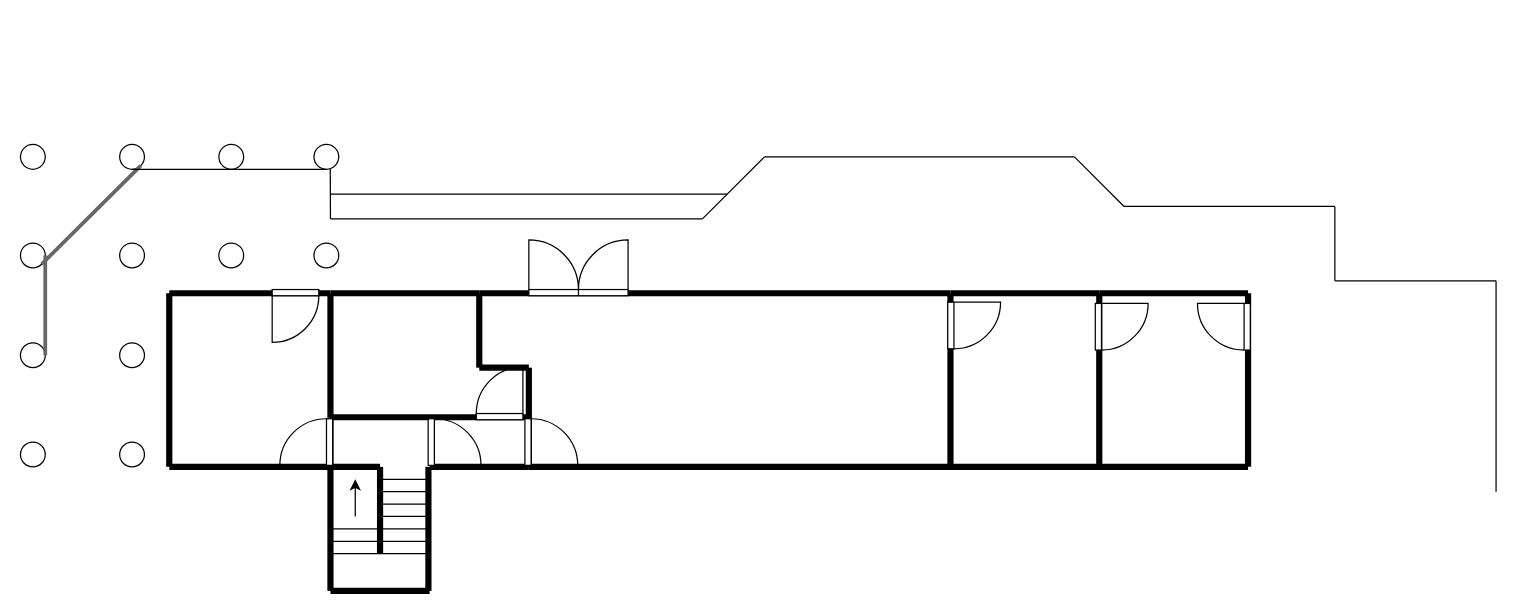
The draw.io diagram yard plan.drawio in TBurcher/Draw.io, before the edit. Source tidied: cells renumbered, new cells numbered last; positions are measured from the earlier drawing's top-left corner, leaving out a move shared by most shapes. Both pictures are drawn from the tidied source at 124%, with x=0, y=0 at pixel (20, 144).
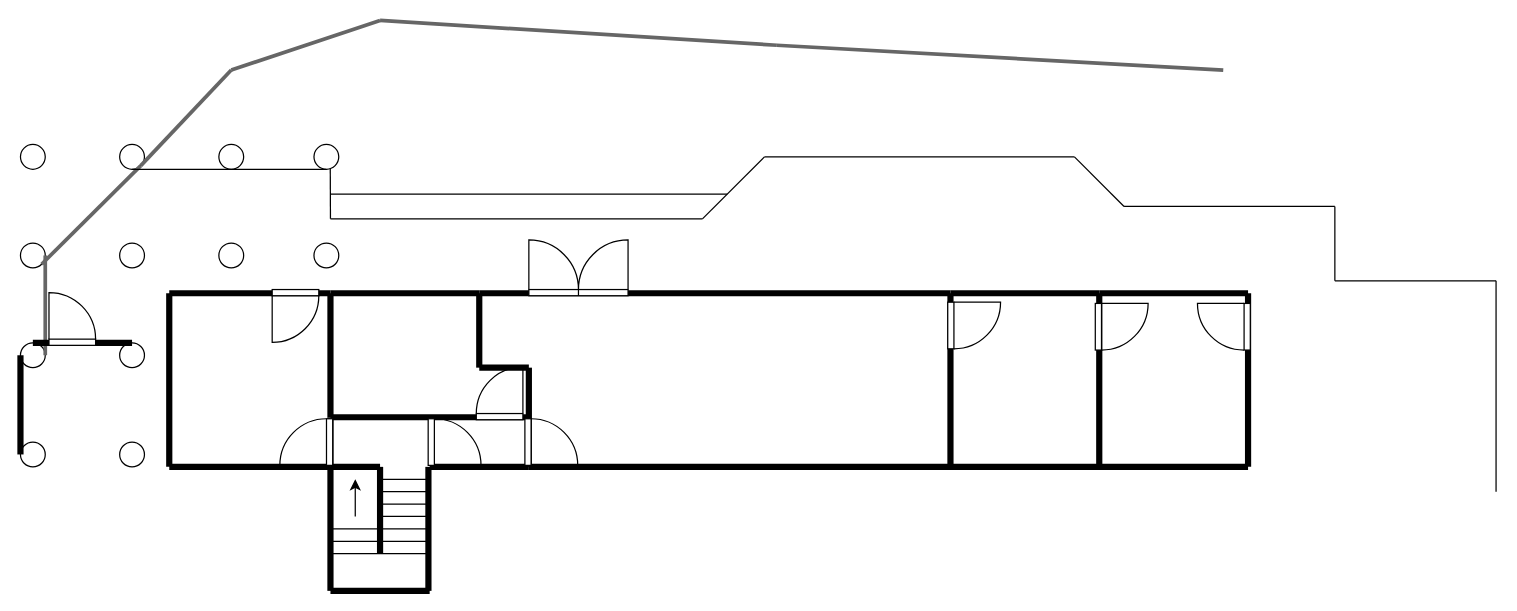
The same diagram, later.

The change refers to these unchanged cells:
```xml
<mxCell id="51" style="ellipse;whiteSpace=wrap;html=1;" parent="1" vertex="1">
  <mxGeometry x="80" width="20" height="20" as="geometry" />
</mxCell>
<mxCell id="54" style="ellipse;whiteSpace=wrap;html=1;" parent="1" vertex="1">
  <mxGeometry y="160" width="20" height="20" as="geometry" />
</mxCell>
<mxCell id="69" style="ellipse;whiteSpace=wrap;html=1;" parent="1" vertex="1">
  <mxGeometry y="240" width="20" height="20" as="geometry" />
</mxCell>
```

The edit, as a diff of the source:
```diff
@@
+    <mxCell id="70" style="endArrow=none;html=1;rounded=0;exitX=1;exitY=1;exitDx=0;exitDy=0;flowAnimation=0;strokeWidth=3;fillColor=#f5f5f5;strokeColor=#666666;" parent="1" edge="1" source="51">
+      <mxGeometry relative="1" as="geometry">
+        <mxPoint x="170" y="-60" as="targetPoint" />
+      </mxGeometry>
+    </mxCell>
+    <mxCell id="71" style="endArrow=none;html=1;rounded=0;flowAnimation=0;strokeWidth=3;fillColor=#f5f5f5;strokeColor=#666666;" parent="1" edge="1">
+      <mxGeometry relative="1" as="geometry">
+        <mxPoint x="170" y="-60" as="sourcePoint" />
+        <mxPoint x="290" y="-100" as="targetPoint" />
+      </mxGeometry>
+    </mxCell>
+    <mxCell id="72" style="endArrow=none;html=1;rounded=0;flowAnimation=0;strokeWidth=3;fillColor=#f5f5f5;strokeColor=#666666;" parent="1" edge="1">
+      <mxGeometry relative="1" as="geometry">
+        <mxPoint x="610" y="-80" as="sourcePoint" />
+        <mxPoint x="290" y="-100" as="targetPoint" />
+      </mxGeometry>
+    </mxCell>
+    <mxCell id="73" style="endArrow=none;html=1;rounded=0;flowAnimation=0;strokeWidth=3;fillColor=#f5f5f5;strokeColor=#666666;" parent="1" edge="1">
+      <mxGeometry relative="1" as="geometry">
+        <mxPoint x="970" y="-60" as="sourcePoint" />
+        <mxPoint x="610" y="-80" as="targetPoint" />
+      </mxGeometry>
+    </mxCell>
+    <mxCell id="74" style="endArrow=none;html=1;rounded=0;strokeWidth=5;" parent="1" edge="1">
+      <mxGeometry relative="1" as="geometry">
+        <mxPoint x="10" y="160" as="sourcePoint" />
+        <mxPoint x="90" y="160" as="targetPoint" />
+      </mxGeometry>
+    </mxCell>
+    <mxCell id="75" style="endArrow=none;html=1;rounded=0;strokeWidth=5;exitX=0;exitY=0.5;exitDx=0;exitDy=0;entryX=0;entryY=0.5;entryDx=0;entryDy=0;" parent="1" edge="1" source="54" target="69">
+      <mxGeometry relative="1" as="geometry" />
+    </mxCell>
+    <mxCell id="76" style="verticalLabelPosition=bottom;html=1;verticalAlign=top;align=center;shape=mxgraph.floorplan.doorLeft;rotation=0;flipH=0;flipV=1;" parent="1" vertex="1">
+      <mxGeometry x="23" y="122" width="37.6" height="40" as="geometry" />
+    </mxCell>
```
